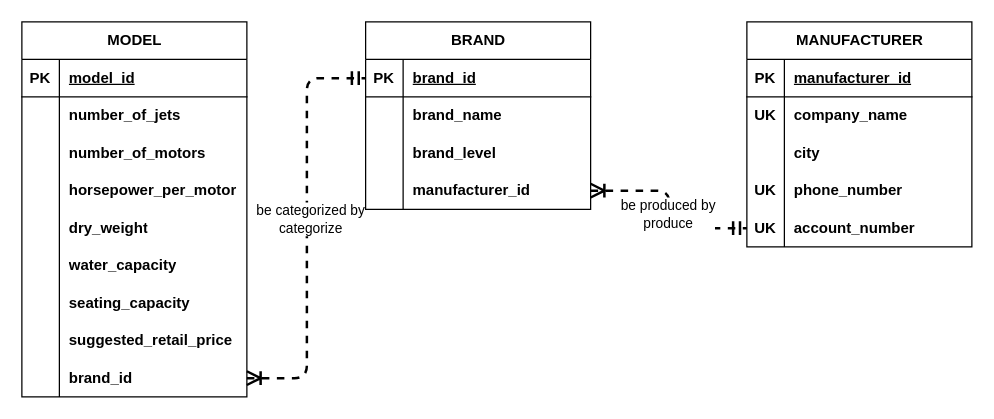
This is relational-database-design/c3/P0303.drawio from qichendev/assignments, a draw.io file, before an edit. Source tidied: cells renumbered, new cells numbered last; positions are measured from the earlier drawing's top-left corner, leaving out a move shared by most shapes. Both pictures are drawn from the tidied source at 125%, with x=0, y=0 at pixel (21, 21).
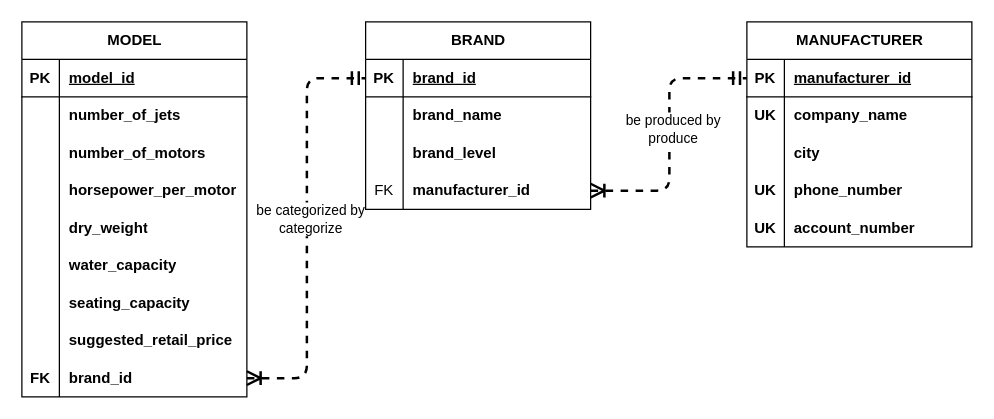
The same diagram, later.

The change refers to these unchanged cells:
```xml
<mxCell id="3" style="shape=tableRow;horizontal=0;startSize=0;swimlaneHead=0;swimlaneBody=0;fillColor=none;points=[[0,0.5],[1,0.5]];portConstraint=eastwest;top=0;left=0;right=0;bottom=1;" parent="2" vertex="1">
  <mxGeometry y="30" width="180" height="30" as="geometry" />
</mxCell>
<mxCell id="15" style="shape=tableRow;horizontal=0;startSize=0;swimlaneHead=0;swimlaneBody=0;fillColor=none;points=[[0,0.5],[1,0.5]];portConstraint=eastwest;top=0;left=0;right=0;bottom=0;" parent="2" vertex="1">
  <mxGeometry y="150" width="180" height="30" as="geometry" />
</mxCell>
<mxCell id="43" style="shape=tableRow;horizontal=0;startSize=0;swimlaneHead=0;swimlaneBody=0;fillColor=none;points=[[0,0.5],[1,0.5]];portConstraint=eastwest;top=0;left=0;right=0;bottom=0;" parent="18" vertex="1">
  <mxGeometry y="270" width="180" height="30" as="geometry" />
</mxCell>
<mxCell id="56" style="shape=tableRow;horizontal=0;startSize=0;swimlaneHead=0;swimlaneBody=0;fillColor=none;points=[[0,0.5],[1,0.5]];portConstraint=eastwest;top=0;left=0;right=0;bottom=0;" parent="46" vertex="1">
  <mxGeometry y="120" width="180" height="30" as="geometry" />
</mxCell>
```

Change to the diagram source:
```diff
@@
-    <mxCell id="44" style="shape=partialRectangle;fillColor=none;top=0;left=0;bottom=0;right=0;overflow=hidden;whiteSpace=wrap;html=1;fontStyle=1;" parent="43" vertex="1">
+    <mxCell id="44" value="FK" style="shape=partialRectangle;fillColor=none;top=0;left=0;bottom=0;right=0;overflow=hidden;whiteSpace=wrap;html=1;fontStyle=1;" parent="43" vertex="1">
       <mxGeometry width="30" height="30" as="geometry" />
     </mxCell>
@@
-    <mxCell id="57" style="shape=partialRectangle;fillColor=none;top=0;left=0;bottom=0;right=0;overflow=hidden;whiteSpace=wrap;html=1;" parent="56" vertex="1">
+    <mxCell id="57" value="FK" style="shape=partialRectangle;fillColor=none;top=0;left=0;bottom=0;right=0;overflow=hidden;whiteSpace=wrap;html=1;" parent="56" vertex="1">
       <mxGeometry width="30" height="30" as="geometry" />
     </mxCell>
@@
-    <mxCell id="61" style="edgeStyle=elbowEdgeStyle;fontSize=12;html=1;endArrow=ERmandOne;startArrow=ERoneToMany;rounded=1;endSize=8;startSize=8;strokeWidth=2;dashed=1;jumpStyle=none;curved=0;startFill=0;endFill=0;exitX=1;exitY=0.5;exitDx=0;exitDy=0;entryX=0;entryY=0.5;entryDx=0;entryDy=0;" parent="1" edge="1" source="56" target="15">
+    <mxCell id="61" style="edgeStyle=elbowEdgeStyle;fontSize=12;html=1;endArrow=ERmandOne;startArrow=ERoneToMany;rounded=1;endSize=8;startSize=8;strokeWidth=2;dashed=1;jumpStyle=none;curved=0;startFill=0;endFill=0;exitX=1;exitY=0.5;exitDx=0;exitDy=0;entryX=0;entryY=0.5;entryDx=0;entryDy=0;" parent="1" edge="1" source="56" target="3">
       <mxGeometry relative="1" as="geometry" />
     </mxCell>
```
